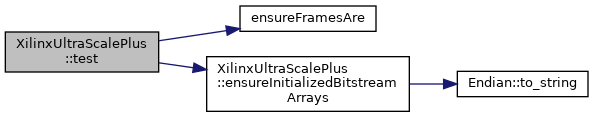
Before: classXilinxUltraScalePlus_a2598890121398b39d82ad1d14f947ecc_cgraph.png, a diagram exported from Graphviz (FPGA-Research-Manchester/byteman). Its source is kept beside it as classXilinxUltraScalePlus_a2598890121398b39d82ad1d14f947ecc_cgraph.dot.
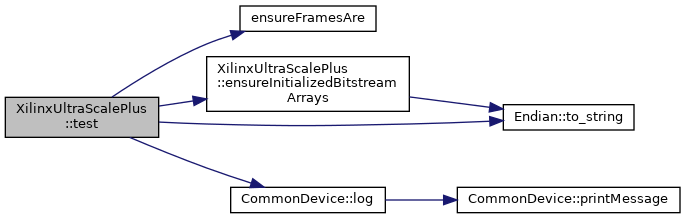
After the change.

The edit, as a diff of the source:
```diff
@@ -10,4 +10,9 @@
   Node3 [label="XilinxUltraScalePlus\l::ensureInitializedBitstream\lArrays",height=0.2,width=0.4,color="black", fillcolor="white", style="filled",URL="$classXilinxUltraScalePlus.html#a96d1607f720750cee0905e331dce0353",tooltip=" "];
   Node3 -> Node4 [color="midnightblue",fontsize="10",style="solid",fontname="Helvetica"];
   Node4 [label="Endian::to_string",height=0.2,width=0.4,color="black", fillcolor="white", style="filled",URL="$namespaceEndian.html#ac9f4873f9a0c23291fa47d68dff6fbbc",tooltip=" "];
+  Node1 -> Node5 [color="midnightblue",fontsize="10",style="solid",fontname="Helvetica"];
+  Node5 [label="CommonDevice::log",height=0.2,width=0.4,color="black", fillcolor="white", style="filled",URL="$classCommonDevice.html#aa42337dfb4b5ff34a063c2145ab87478",tooltip=" "];
+  Node5 -> Node6 [color="midnightblue",fontsize="10",style="solid",fontname="Helvetica"];
+  Node6 [label="CommonDevice::printMessage",height=0.2,width=0.4,color="black", fillcolor="white", style="filled",URL="$classCommonDevice.html#af047ea6fd9b60bae9fcc94a7d8859657",tooltip=" "];
+  Node1 -> Node4 [color="midnightblue",fontsize="10",style="solid",fontname="Helvetica"];
 }
```
